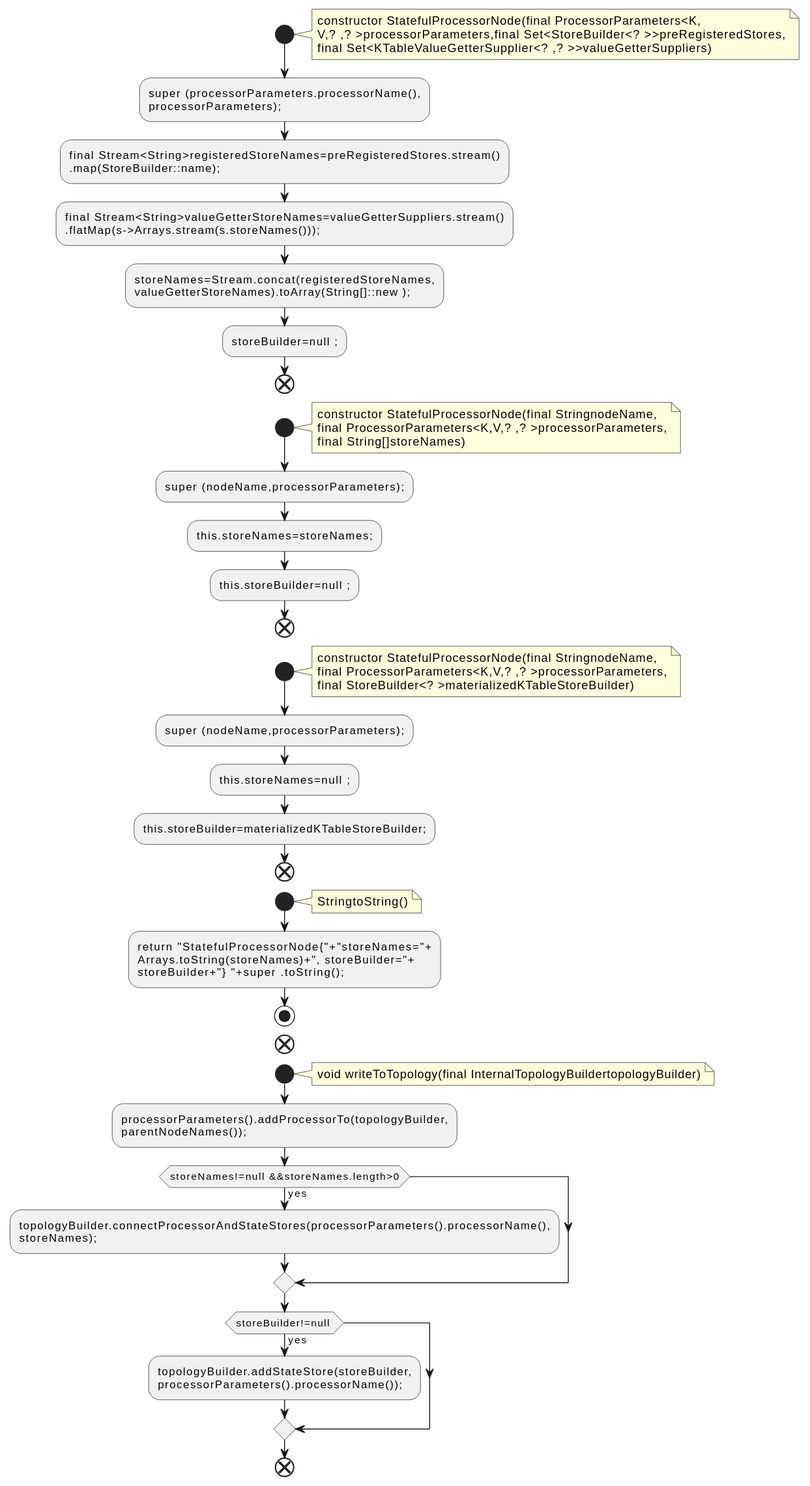
This is docs/qc/streams/src/main/java/org/apache/kafka/streams/kstream/internals/graph/StatefulProcessorNode.java.fct.svg from qualitesys/kafka, a PlantUML export, as it was before one commit. Its diagram source:
```plantuml
@startuml
!pragma layout smetana
start
note right
constructor StatefulProcessorNode(final ProcessorParameters<K,
V,? ,? >processorParameters,final Set<StoreBuilder<? >>preRegisteredStores,
final Set<KTableValueGetterSupplier<? ,? >>valueGetterSuppliers)
end note
:super (processorParameters.processorName(),
processorParameters);;
:final Stream<String>registeredStoreNames=preRegisteredStores.stream()
.map(StoreBuilder::name);;
:final Stream<String>valueGetterStoreNames=valueGetterSuppliers.stream()
.flatMap(s->Arrays.stream(s.storeNames()));;
:storeNames=Stream.concat(registeredStoreNames,
valueGetterStoreNames).toArray(String[]::new );;
:storeBuilder=null ;;
end
start
note right
constructor StatefulProcessorNode(final StringnodeName,
final ProcessorParameters<K,V,? ,? >processorParameters,
final String[]storeNames)
end note
:super (nodeName,processorParameters);;
:this.storeNames=storeNames;;
:this.storeBuilder=null ;;
end
start
note right
constructor StatefulProcessorNode(final StringnodeName,
final ProcessorParameters<K,V,? ,? >processorParameters,
final StoreBuilder<? >materializedKTableStoreBuilder)
end note
:super (nodeName,processorParameters);;
:this.storeNames=null ;;
:this.storeBuilder=materializedKTableStoreBuilder;;
end
start
note right
StringtoString()
end note
:return "StatefulProcessorNode{"+"storeNames="+
Arrays.toString(storeNames)+", storeBuilder="+
storeBuilder+"} "+super .toString();;
stop
end
start
note right
void writeToTopology(final InternalTopologyBuildertopologyBuilder)
end note
:processorParameters().addProcessorTo(topologyBuilder,
parentNodeNames());;
if (storeNames!=null &&storeNames.length>0) then (yes)
:topologyBuilder.connectProcessorAndStateStores(processorParameters().processorName(),
storeNames);;
endif
if (storeBuilder!=null ) then (yes)
:topologyBuilder.addStateStore(storeBuilder,
processorParameters().processorName());;
endif
end
@enduml
```
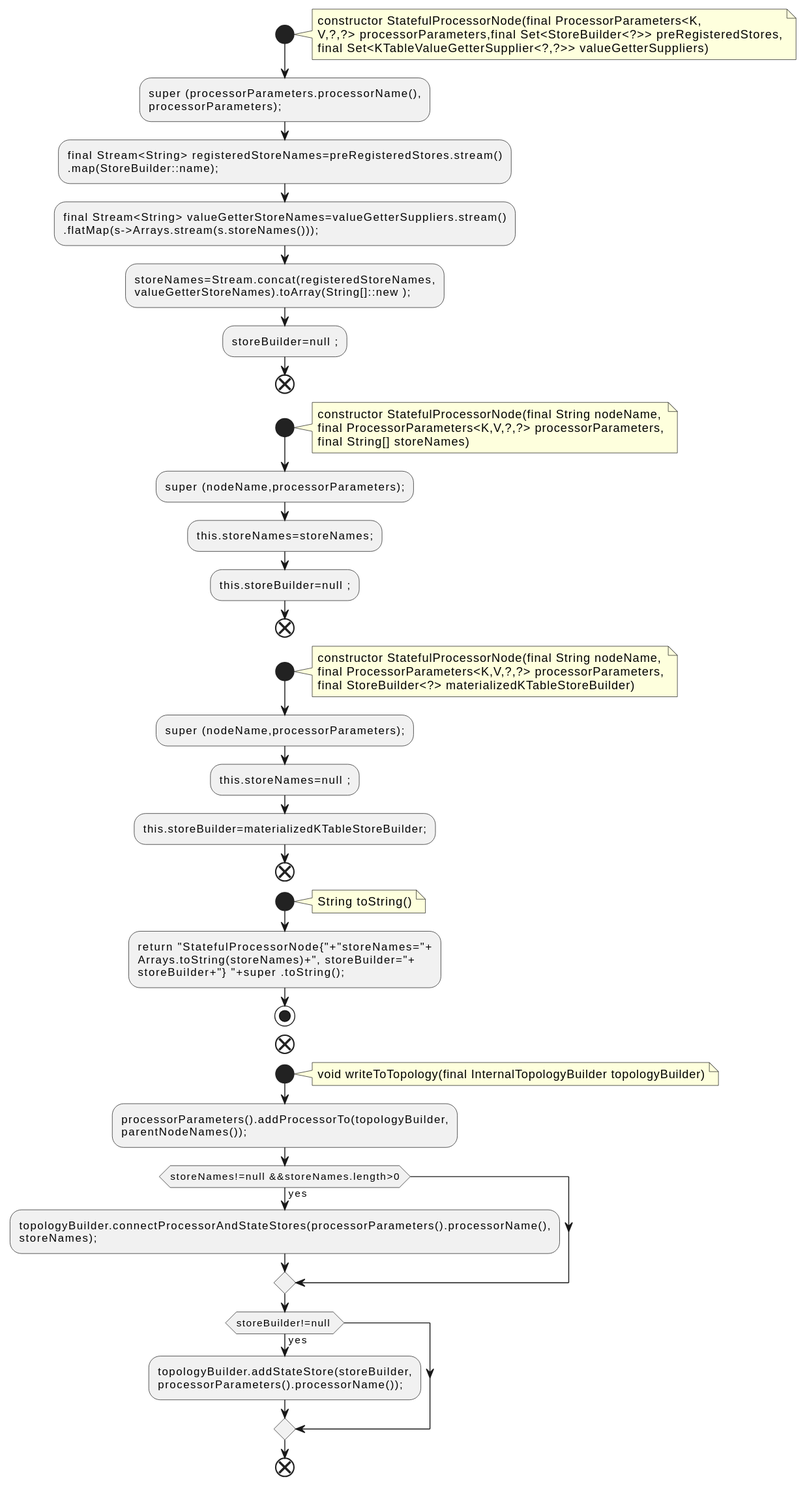
After the change.

What changed in the source:
```diff
@@ -3,14 +3,14 @@
 start
 note right
 constructor StatefulProcessorNode(final ProcessorParameters<K,
-V,? ,? >processorParameters,final Set<StoreBuilder<? >>preRegisteredStores,
-final Set<KTableValueGetterSupplier<? ,? >>valueGetterSuppliers)
+V,?,?> processorParameters,final Set<StoreBuilder<?>> preRegisteredStores,
+final Set<KTableValueGetterSupplier<?,?>> valueGetterSuppliers)
 end note
 :super (processorParameters.processorName(),
 processorParameters);;
-:final Stream<String>registeredStoreNames=preRegisteredStores.stream()
+:final Stream<String> registeredStoreNames=preRegisteredStores.stream()
 .map(StoreBuilder::name);;
-:final Stream<String>valueGetterStoreNames=valueGetterSuppliers.stream()
+:final Stream<String> valueGetterStoreNames=valueGetterSuppliers.stream()
 .flatMap(s->Arrays.stream(s.storeNames()));;
 :storeNames=Stream.concat(registeredStoreNames,
 valueGetterStoreNames).toArray(String[]::new );;
@@ -18,9 +18,9 @@
 end
 start
 note right
-constructor StatefulProcessorNode(final StringnodeName,
-final ProcessorParameters<K,V,? ,? >processorParameters,
-final String[]storeNames)
+constructor StatefulProcessorNode(final String nodeName,
+final ProcessorParameters<K,V,?,?> processorParameters,
+final String[] storeNames)
 end note
 :super (nodeName,processorParameters);;
 :this.storeNames=storeNames;;
@@ -28,9 +28,9 @@
 end
 start
 note right
-constructor StatefulProcessorNode(final StringnodeName,
-final ProcessorParameters<K,V,? ,? >processorParameters,
-final StoreBuilder<? >materializedKTableStoreBuilder)
+constructor StatefulProcessorNode(final String nodeName,
+final ProcessorParameters<K,V,?,?> processorParameters,
+final StoreBuilder<?> materializedKTableStoreBuilder)
 end note
 :super (nodeName,processorParameters);;
 :this.storeNames=null ;;
@@ -38,7 +38,7 @@
 end
 start
 note right
-StringtoString()
+String toString()
 end note
 :return "StatefulProcessorNode{"+"storeNames="+
 Arrays.toString(storeNames)+", storeBuilder="+
@@ -47,7 +47,7 @@
 end
 start
 note right
-void writeToTopology(final InternalTopologyBuildertopologyBuilder)
+void writeToTopology(final InternalTopologyBuilder topologyBuilder)
 end note
 :processorParameters().addProcessorTo(topologyBuilder,
 parentNodeNames());;
```
